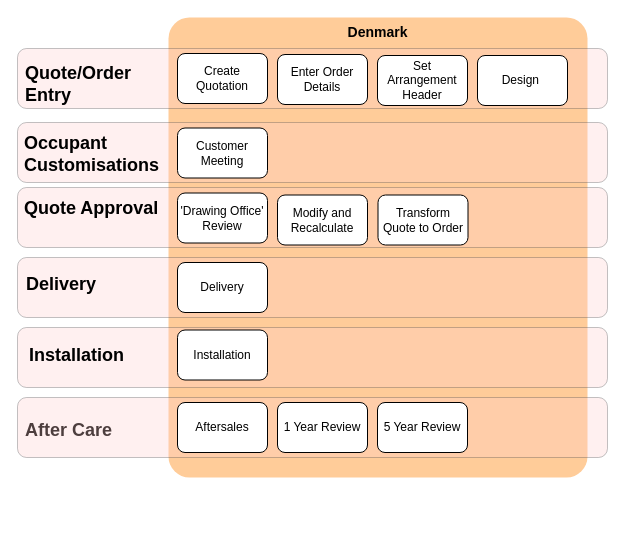
Before: page "House Builder Denmark" (6 of 8) of Commercial Model.drawio in mrf742002/Diagrams, a draw.io diagram. Source tidied: cells renumbered, new cells numbered last; positions are measured from the earlier drawing's top-left corner, leaving out a move shared by most shapes. Both pictures are drawn from the tidied source at 100%, with x=0, y=0 at pixel (17, 17). Pictures stored in the file or linked from it are replaced by grey dashed boxes.
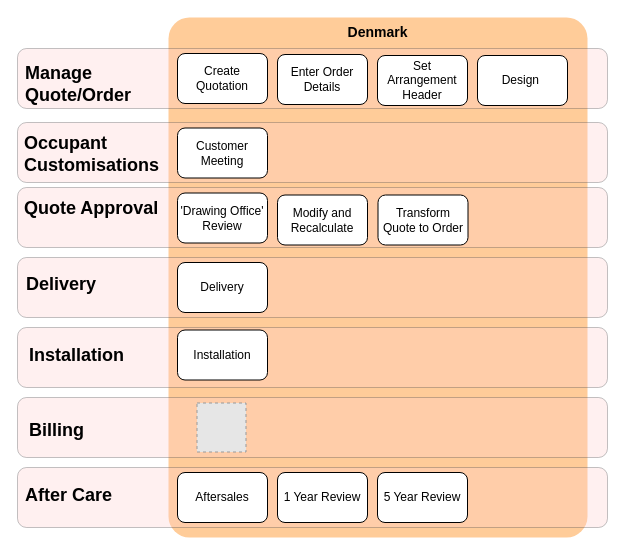
The same diagram, later.

The edit, as a diff of the source:
```diff
@@
     <mxCell id="2" value="&lt;font style=&quot;font-size: 14px&quot;&gt;Denmark&lt;/font&gt;" style="rounded=1;whiteSpace=wrap;html=1;fillColor=#ffcc99;strokeColor=none;verticalAlign=top;fontStyle=1;arcSize=5;" parent="1" vertex="1">
-      <mxGeometry x="151" width="419" height="460" as="geometry" />
+      <mxGeometry x="151" width="419" height="520" as="geometry" />
     </mxCell>
+    <mxCell id="12" style="rounded=1;whiteSpace=wrap;html=1;align=left;fillColor=#ffcccc;strokeColor=#36393d;opacity=30;fontStyle=1;" parent="1" vertex="1">
+      <mxGeometry y="450" width="590" height="60" as="geometry" />
+    </mxCell>
@@
-    <mxCell id="5" value="&lt;span style=&quot;font-size: 18px&quot;&gt;Quote/Order&lt;br&gt;Entry&lt;/span&gt;" style="text;html=1;align=left;verticalAlign=top;spacingTop=-4;fontStyle=1;" parent="1" vertex="1">
+    <mxCell id="5" value="&lt;span style=&quot;font-size: 18px&quot;&gt;Manage&lt;br&gt;Quote/Order&lt;br&gt;&lt;/span&gt;" style="text;html=1;align=left;verticalAlign=top;spacingTop=-4;fontStyle=1;" parent="1" vertex="1">
       <mxGeometry x="6" y="43" width="120" height="30" as="geometry" />
     </mxCell>
@@
     <mxCell id="11" value="&lt;span style=&quot;font-size: 18px&quot;&gt;After Care&lt;/span&gt;" style="text;html=1;align=left;verticalAlign=top;spacingTop=-4;fontStyle=1;" parent="1" vertex="1">
-      <mxGeometry x="6" y="400" width="100" height="20" as="geometry" />
+      <mxGeometry x="6" y="465" width="100" height="20" as="geometry" />
     </mxCell>
-    <mxCell id="12" style="rounded=1;whiteSpace=wrap;html=1;align=left;fillColor=#ffcccc;strokeColor=#36393d;opacity=30;fontStyle=1;" parent="1" vertex="1">
-      <mxGeometry y="380" width="590" height="60" as="geometry" />
-    </mxCell>
@@
     <mxCell id="16" value="Aftersales" style="rounded=1;whiteSpace=wrap;html=1;" parent="1" vertex="1">
-      <mxGeometry x="160" y="385" width="90" height="50" as="geometry" />
+      <mxGeometry x="160" y="455" width="90" height="50" as="geometry" />
     </mxCell>
     <mxCell id="17" value="1 Year Review" style="rounded=1;whiteSpace=wrap;html=1;" parent="1" vertex="1">
-      <mxGeometry x="260" y="385" width="90" height="50" as="geometry" />
+      <mxGeometry x="260" y="455" width="90" height="50" as="geometry" />
     </mxCell>
     <mxCell id="18" value="5 Year Review" style="rounded=1;whiteSpace=wrap;html=1;" parent="1" vertex="1">
-      <mxGeometry x="360" y="385" width="90" height="50" as="geometry" />
+      <mxGeometry x="360" y="455" width="90" height="50" as="geometry" />
     </mxCell>
@@
+    <mxCell id="28" style="rounded=1;whiteSpace=wrap;html=1;align=left;fillColor=#ffcccc;strokeColor=#36393d;opacity=30;fontStyle=1;" parent="1" vertex="1">
+      <mxGeometry y="380" width="590" height="60" as="geometry" />
+    </mxCell>
+    <mxCell id="29" value="&lt;span style=&quot;font-size: 18px&quot;&gt;Billing&lt;/span&gt;" style="text;html=1;align=left;verticalAlign=top;spacingTop=-4;fontStyle=1;" parent="1" vertex="1">
+      <mxGeometry x="10" y="400" width="60" height="20" as="geometry" />
+    </mxCell>
+    <mxCell id="30" style="fillColor=#E6E6E6;strokeColor=#999999;dashed=1;html=1;verticalAlign=top;verticalLabelPosition=bottom;labelBackgroundColor=#ffffff;align=left;" parent="1" vertex="1">
+      <mxGeometry x="179.5" y="385.5" width="49" height="49" as="geometry" />
+    </mxCell>
```
